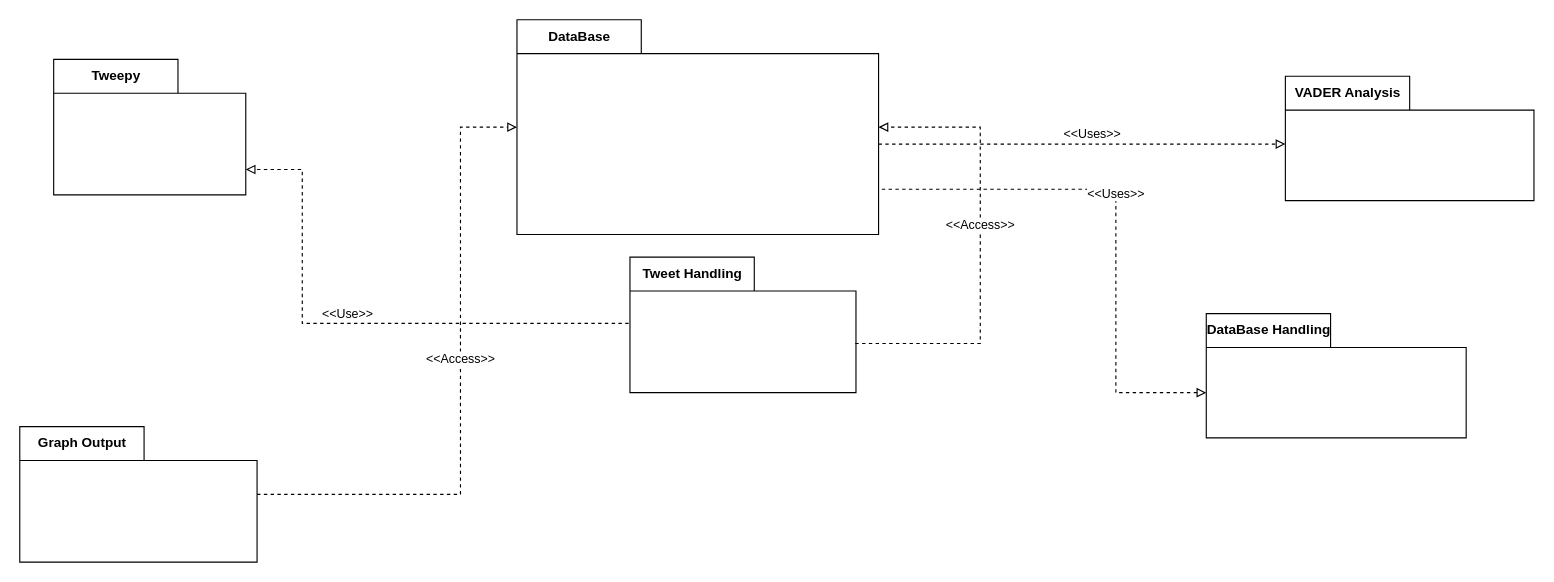
The draw.io diagram uml/PackageDiagram.drawio in agarcia169/4306-Donaldson-Project, before the edit. Source tidied: cells renumbered, new cells numbered last; positions are measured from the earlier drawing's top-left corner, leaving out a move shared by most shapes. Both pictures are drawn from the tidied source at 113%, with x=0, y=0 at pixel (19, 19).
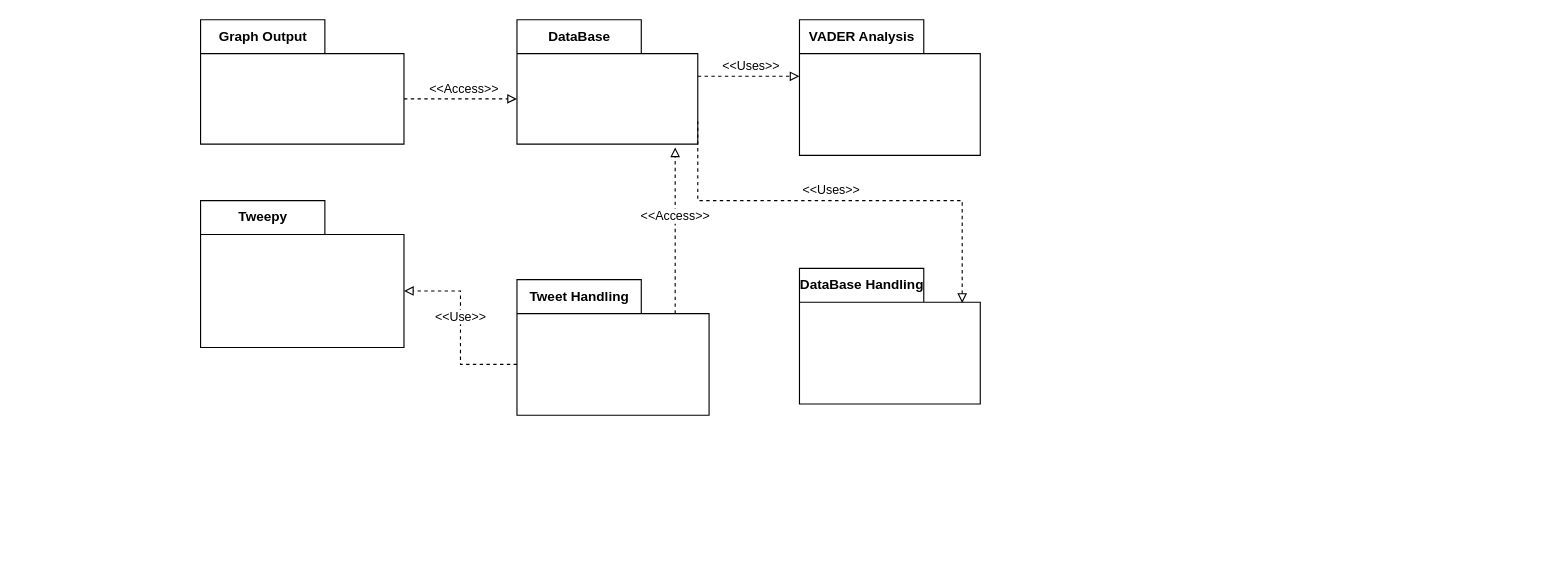
The same page after the edit.

Diff of the diagram source:
```diff
@@
     <mxCell id="2" value="&lt;div&gt;DataBase &lt;br&gt;&lt;/div&gt;" style="shape=folder;fontStyle=1;tabWidth=110;tabHeight=30;tabPosition=left;html=1;boundedLbl=1;labelInHeader=1;" parent="1" vertex="1">
-      <mxGeometry x="440" width="320" height="190" as="geometry" />
+      <mxGeometry x="440" width="160" height="110" as="geometry" />
     </mxCell>
     <mxCell id="3" style="html=1;strokeColor=none;fillColor=none;" parent="2" vertex="1">
-      <mxGeometry width="320" height="133" relative="1" as="geometry">
+      <mxGeometry width="160" height="77" relative="1" as="geometry">
         <mxPoint y="30" as="offset" />
       </mxGeometry>
     </mxCell>
     <mxCell id="4" value="Tweepy" style="shape=folder;fontStyle=1;tabWidth=110;tabHeight=30;tabPosition=left;html=1;boundedLbl=1;labelInHeader=1;" parent="1" vertex="1">
-      <mxGeometry x="30" y="35" width="170" height="120" as="geometry" />
+      <mxGeometry x="160" y="160" width="180" height="130" as="geometry" />
     </mxCell>
     <mxCell id="5" style="html=1;strokeColor=none;fillColor=none;" parent="4" vertex="1">
-      <mxGeometry width="170" height="84" relative="1" as="geometry">
+      <mxGeometry width="180" height="91" relative="1" as="geometry">
         <mxPoint y="30" as="offset" />
       </mxGeometry>
     </mxCell>
     <mxCell id="6" value="&lt;div&gt;Graph Output&lt;/div&gt;" style="shape=folder;fontStyle=1;tabWidth=110;tabHeight=30;tabPosition=left;html=1;boundedLbl=1;labelInHeader=1;" parent="1" vertex="1">
-      <mxGeometry y="360" width="210" height="120" as="geometry" />
+      <mxGeometry x="160" width="180" height="110" as="geometry" />
     </mxCell>
     <mxCell id="7" style="html=1;strokeColor=none;fillColor=none;" parent="6" vertex="1">
-      <mxGeometry width="210" height="84" relative="1" as="geometry">
+      <mxGeometry width="180" height="77" relative="1" as="geometry">
         <mxPoint y="30" as="offset" />
       </mxGeometry>
     </mxCell>
     <mxCell id="8" value="Tweet Handling" style="shape=folder;fontStyle=1;tabWidth=110;tabHeight=30;tabPosition=left;html=1;boundedLbl=1;labelInHeader=1;" parent="1" vertex="1">
-      <mxGeometry x="540" y="210" width="200" height="120" as="geometry" />
+      <mxGeometry x="440" y="230" width="170" height="120" as="geometry" />
     </mxCell>
     <mxCell id="9" style="html=1;strokeColor=none;fillColor=none;" parent="8" vertex="1">
-      <mxGeometry width="200" height="84" relative="1" as="geometry">
+      <mxGeometry width="170" height="84" relative="1" as="geometry">
         <mxPoint y="30" as="offset" />
       </mxGeometry>
     </mxCell>
     <mxCell id="10" value="&lt;div&gt;VADER Analysis&lt;/div&gt;" style="shape=folder;fontStyle=1;tabWidth=110;tabHeight=30;tabPosition=left;html=1;boundedLbl=1;labelInHeader=1;" parent="1" vertex="1">
-      <mxGeometry x="1120" y="50" width="220" height="110" as="geometry" />
+      <mxGeometry x="690" width="160" height="120" as="geometry" />
     </mxCell>
     <mxCell id="11" style="html=1;strokeColor=none;fillColor=none;" parent="10" vertex="1">
-      <mxGeometry width="220" height="77" relative="1" as="geometry">
+      <mxGeometry width="160" height="84" relative="1" as="geometry">
         <mxPoint y="30" as="offset" />
       </mxGeometry>
     </mxCell>
     <mxCell id="12" value="DataBase Handling" style="shape=folder;fontStyle=1;tabWidth=110;tabHeight=30;tabPosition=left;html=1;boundedLbl=1;labelInHeader=1;" parent="1" vertex="1">
-      <mxGeometry x="1050" y="260" width="230" height="110" as="geometry" />
+      <mxGeometry x="690" y="220" width="160" height="120" as="geometry" />
     </mxCell>
     <mxCell id="13" style="html=1;strokeColor=none;fillColor=none;" parent="12" vertex="1">
-      <mxGeometry width="230" height="77" relative="1" as="geometry">
+      <mxGeometry width="160" height="84" relative="1" as="geometry">
         <mxPoint y="30" as="offset" />
       </mxGeometry>
     </mxCell>
-    <mxCell id="14" value="&amp;lt;&amp;lt;Access&amp;gt;&amp;gt;" style="endArrow=block;dashed=1;html=1;rounded=0;strokeWidth=1;edgeStyle=elbowEdgeStyle;startArrow=none;startFill=0;endFill=0;labelPosition=center;verticalLabelPosition=top;align=center;verticalAlign=bottom;strokeColor=default;" parent="1" edge="1" source="6" target="2">
-      <mxGeometry x="0.05" relative="1" as="geometry">
-        <Array as="points">
-          <mxPoint x="390" y="200" />
-        </Array>
-      </mxGeometry>
+    <mxCell id="14" value="&amp;lt;&amp;lt;Access&amp;gt;&amp;gt;" style="endArrow=block;dashed=1;html=1;rounded=0;strokeWidth=1;startArrow=none;startFill=0;endFill=0;labelPosition=center;verticalLabelPosition=top;align=center;verticalAlign=bottom;strokeColor=default;exitX=0;exitY=0;exitDx=180;exitDy=70;exitPerimeter=0;entryX=0;entryY=0;entryDx=0;entryDy=70;entryPerimeter=0;" parent="1" edge="1" source="6" target="2">
+      <mxGeometry x="0.05" relative="1" as="geometry" />
     </mxCell>
-    <mxCell id="15" value="&amp;lt;&amp;lt;Access&amp;gt;&amp;gt;" style="endArrow=block;dashed=1;html=1;exitX=0.997;exitY=0.637;exitDx=0;exitDy=0;exitPerimeter=0;rounded=0;strokeWidth=1;edgeStyle=elbowEdgeStyle;startArrow=none;startFill=0;endFill=0;labelPosition=center;verticalLabelPosition=top;align=center;verticalAlign=bottom;strokeColor=default;" parent="1" edge="1" source="8" target="2">
+    <mxCell id="15" value="&amp;lt;&amp;lt;Access&amp;gt;&amp;gt;" style="endArrow=block;dashed=1;html=1;exitX=0;exitY=0;exitDx=140;exitDy=30;exitPerimeter=0;rounded=0;strokeWidth=1;edgeStyle=elbowEdgeStyle;startArrow=none;startFill=0;endFill=0;labelPosition=center;verticalLabelPosition=top;align=center;verticalAlign=bottom;strokeColor=default;entryX=0.875;entryY=1.027;entryDx=0;entryDy=0;entryPerimeter=0;" parent="1" edge="1" source="8" target="2">
       <mxGeometry x="0.05" relative="1" as="geometry">
         <Array as="points">
-          <mxPoint x="850" y="320" />
+          <mxPoint x="580" y="220" />
+          <mxPoint x="630" y="110" />
+          <mxPoint x="650" y="80" />
+          <mxPoint x="670" y="70" />
+          <mxPoint x="700" y="140" />
         </Array>
       </mxGeometry>
     </mxCell>
-    <mxCell id="16" value="&lt;div&gt;&amp;lt;&amp;lt;Use&amp;gt;&amp;gt;&lt;/div&gt;" style="endArrow=block;dashed=1;html=1;exitX=-0.006;exitY=0.489;exitDx=0;exitDy=0;exitPerimeter=0;rounded=0;strokeWidth=1;edgeStyle=elbowEdgeStyle;startArrow=none;startFill=0;endFill=0;labelPosition=center;verticalLabelPosition=top;align=center;verticalAlign=bottom;strokeColor=default;entryX=0;entryY=0;entryDx=170;entryDy=97.5;entryPerimeter=0;" parent="1" edge="1" source="8" target="4">
-      <mxGeometry x="0.05" relative="1" as="geometry">
-        <Array as="points">
-          <mxPoint x="250" y="280" />
-        </Array>
-      </mxGeometry>
+    <mxCell id="16" value="&lt;div&gt;&amp;lt;&amp;lt;Use&amp;gt;&amp;gt;&lt;/div&gt;" style="endArrow=block;dashed=1;html=1;rounded=0;strokeWidth=1;edgeStyle=orthogonalEdgeStyle;startArrow=none;startFill=0;endFill=0;labelPosition=center;verticalLabelPosition=top;align=center;verticalAlign=bottom;strokeColor=default;entryX=0;entryY=0;entryDx=180;entryDy=80;entryPerimeter=0;elbow=vertical;exitX=0;exitY=0;exitDx=0;exitDy=75;exitPerimeter=0;" parent="1" edge="1" source="8" target="4">
+      <mxGeometry relative="1" as="geometry" />
     </mxCell>
-    <mxCell id="17" value="&amp;lt;&amp;lt;Uses&amp;gt;&amp;gt;" style="endArrow=block;dashed=1;html=1;rounded=0;strokeWidth=1;edgeStyle=elbowEdgeStyle;startArrow=none;startFill=0;endFill=0;labelPosition=center;verticalLabelPosition=top;align=center;verticalAlign=bottom;strokeColor=default;" parent="1" edge="1" source="2" target="10">
+    <mxCell id="17" value="&amp;lt;&amp;lt;Uses&amp;gt;&amp;gt;" style="endArrow=block;dashed=1;html=1;rounded=0;strokeWidth=1;startArrow=none;startFill=0;endFill=0;labelPosition=center;verticalLabelPosition=top;align=center;verticalAlign=bottom;strokeColor=default;exitX=0;exitY=0;exitDx=160;exitDy=50;exitPerimeter=0;" parent="1" edge="1" source="2">
       <mxGeometry x="0.05" relative="1" as="geometry">
-        <Array as="points">
-          <mxPoint x="960" y="110" />
-          <mxPoint x="860" y="330" />
-        </Array>
+        <mxPoint x="690" y="50" as="targetPoint" />
       </mxGeometry>
     </mxCell>
-    <mxCell id="18" value="&amp;lt;&amp;lt;Uses&amp;gt;&amp;gt;" style="endArrow=none;dashed=1;html=1;rounded=0;strokeWidth=1;edgeStyle=elbowEdgeStyle;startArrow=block;startFill=0;endFill=0;labelPosition=center;verticalLabelPosition=top;align=center;verticalAlign=bottom;strokeColor=default;entryX=0;entryY=0;entryDx=320;entryDy=150;entryPerimeter=0;" parent="1" edge="1" source="12" target="2">
+    <mxCell id="18" value="&amp;lt;&amp;lt;Uses&amp;gt;&amp;gt;" style="endArrow=none;dashed=1;html=1;rounded=0;strokeWidth=1;edgeStyle=elbowEdgeStyle;startArrow=block;startFill=0;endFill=0;labelPosition=center;verticalLabelPosition=top;align=center;verticalAlign=bottom;strokeColor=default;entryX=0;entryY=0;entryDx=160;entryDy=90;entryPerimeter=0;exitX=0.9;exitY=0.255;exitDx=0;exitDy=0;exitPerimeter=0;elbow=vertical;" parent="1" edge="1" source="12" target="2">
       <mxGeometry x="0.05" relative="1" as="geometry">
         <Array as="points">
-          <mxPoint x="970" y="330" />
-          <mxPoint x="810" y="380" />
+          <mxPoint x="840" y="160" />
+          <mxPoint x="770" y="170" />
         </Array>
       </mxGeometry>
     </mxCell>
```
